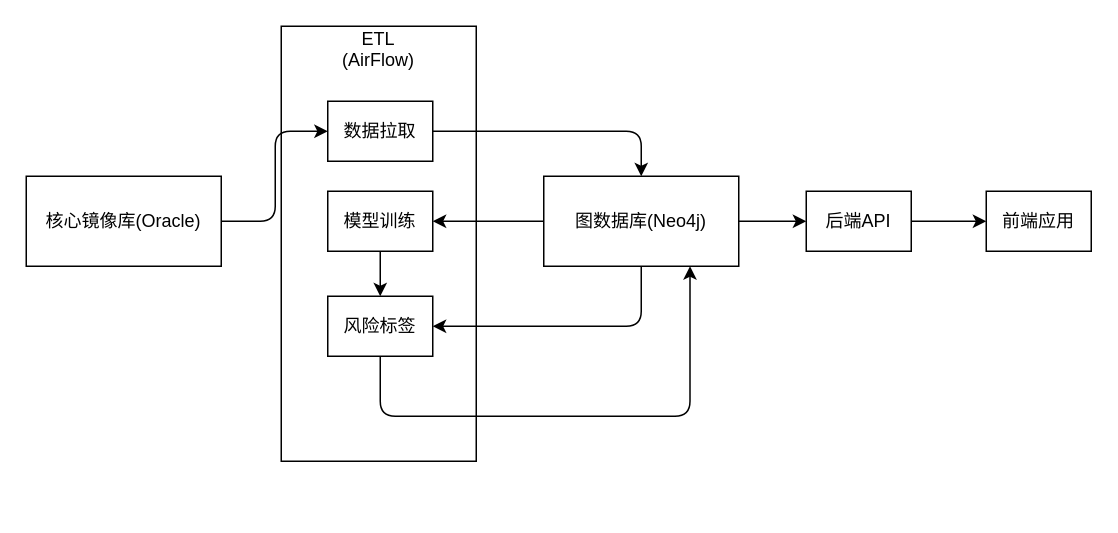
Before: page "数据流向图" (3 of 3) of taiping-arch.drawio in XiaoLiuAI/diagrams, a draw.io diagram. Source tidied: cells renumbered, new cells numbered last; positions are measured from the earlier drawing's top-left corner, leaving out a move shared by most shapes. Both pictures are drawn from the tidied source at 150%, with x=0, y=0 at pixel (26, 26).
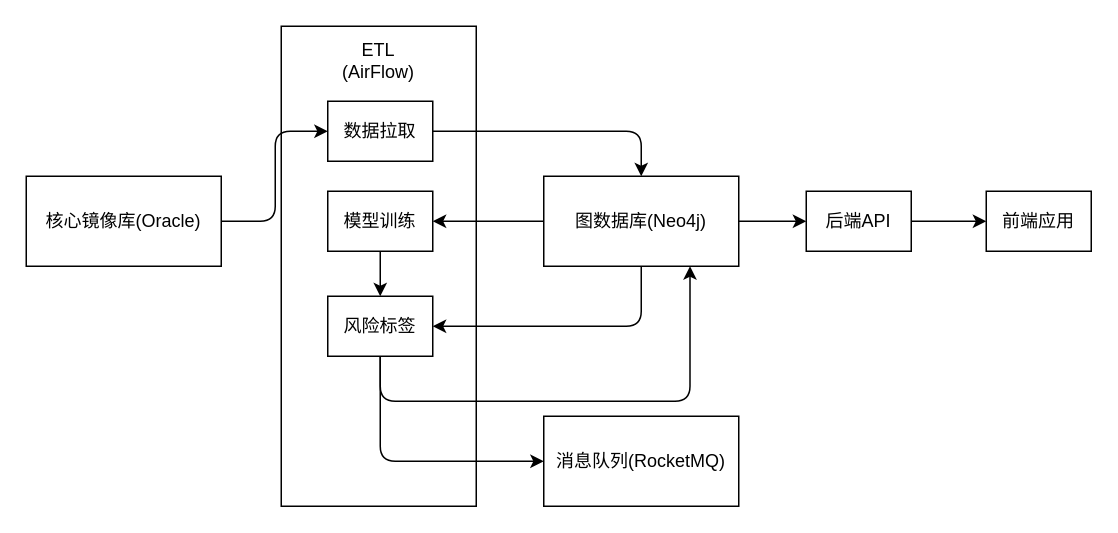
Above is the later version.

The change refers to these unchanged cells:
```xml
<mxCell id="6" value="风险标签" style="rounded=0;whiteSpace=wrap;html=1;" parent="1" vertex="1">
  <mxGeometry x="201" y="180" width="70" height="40" as="geometry" />
</mxCell>
<mxCell id="8" value="图数据库(Neo4j)" style="rounded=0;whiteSpace=wrap;html=1;" parent="1" vertex="1">
  <mxGeometry x="345" y="100" width="130" height="60" as="geometry" />
</mxCell>
```

The edit, as a diff of the source:
```diff
@@
-    <mxCell id="3" value="ETL&lt;br&gt;(AirFlow)&lt;br&gt;&lt;br&gt;&lt;br&gt;&lt;br&gt;&lt;br&gt;&lt;br&gt;&lt;br&gt;&lt;br&gt;&lt;br&gt;&lt;br&gt;&lt;br&gt;&lt;br&gt;&lt;br&gt;&lt;br&gt;&lt;br&gt;&lt;br&gt;&lt;br&gt;&lt;br&gt;&lt;br&gt;" style="rounded=0;whiteSpace=wrap;html=1;" parent="1" vertex="1">
-      <mxGeometry x="170" width="130" height="290" as="geometry" />
+    <mxCell id="3" value="ETL&lt;br&gt;(AirFlow)&lt;br&gt;&lt;br&gt;&lt;br&gt;&lt;br&gt;&lt;br&gt;&lt;br&gt;&lt;br&gt;&lt;br&gt;&lt;br&gt;&lt;br&gt;&lt;br&gt;&lt;br&gt;&lt;br&gt;&lt;br&gt;&lt;br&gt;&lt;br&gt;&lt;br&gt;&lt;br&gt;&lt;br&gt;&lt;br&gt;" style="rounded=0;whiteSpace=wrap;html=1;" parent="1" vertex="1">
+      <mxGeometry x="170" width="130" height="320" as="geometry" />
     </mxCell>
@@
     <mxCell id="13" style="edgeStyle=elbowEdgeStyle;elbow=vertical;endArrow=classic;html=1;exitX=0.5;exitY=1;exitDx=0;exitDy=0;entryX=0.75;entryY=1;entryDx=0;entryDy=0;" parent="1" edge="1" source="6" target="8">
       <mxGeometry relative="1" as="geometry">
         <Array as="points">
-          <mxPoint x="340" y="260" />
+          <mxPoint x="340" y="250" />
         </Array>
       </mxGeometry>
     </mxCell>
@@
+    <mxCell id="18" value="消息队列(RocketMQ)" style="rounded=0;whiteSpace=wrap;html=1;" parent="1" vertex="1">
+      <mxGeometry x="345" y="260" width="130" height="60" as="geometry" />
+    </mxCell>
+    <mxCell id="19" style="edgeStyle=segmentEdgeStyle;endArrow=classic;html=1;entryX=0;entryY=0.5;entryDx=0;entryDy=0;exitX=0.5;exitY=1;exitDx=0;exitDy=0;" parent="1" edge="1" source="6" target="18">
+      <mxGeometry relative="1" as="geometry">
+        <Array as="points">
+          <mxPoint x="236" y="290" />
+        </Array>
+      </mxGeometry>
+    </mxCell>
```
